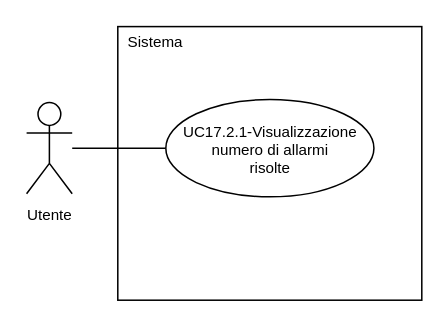
Before: 2-RTB/Documenti_esterni/Analisi_dei_requisiti/draw.io/UC17.2.1.drawio in SnakeByteTeam/snakebyteteam.github.io, a draw.io diagram. Source tidied: cells renumbered, new cells numbered last; positions are measured from the earlier drawing's top-left corner, leaving out a move shared by most shapes. Both pictures are drawn from the tidied source at 152%, with x=0, y=0 at pixel (26, 26).
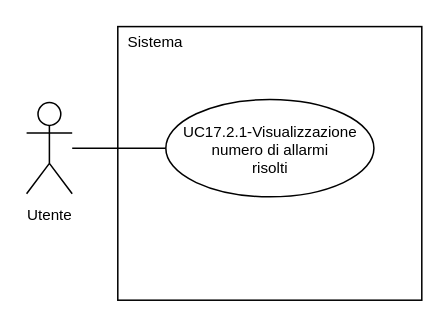
After the change.

Change to the diagram source:
```diff
@@
 <mxGraphModel>
   <root>
     <mxCell id="0" />
     <mxCell id="1" parent="0" />
     <mxCell id="2" value="&lt;font style=&quot;font-size: 10px; line-height: 100%;&quot;&gt;Utente&lt;/font&gt;" style="shape=umlActor;verticalLabelPosition=bottom;verticalAlign=top;html=1;outlineConnect=0;" parent="1" vertex="1">
       <mxGeometry y="50" width="30" height="60" as="geometry" />
     </mxCell>
     <mxCell id="3" style="rounded=0;whiteSpace=wrap;html=1;" parent="1" vertex="1">
       <mxGeometry x="60" width="200" height="180" as="geometry" />
     </mxCell>
     <mxCell id="4" style="edgeStyle=orthogonalEdgeStyle;rounded=0;jettySize=auto;html=1;exitX=0;exitY=0.5;exitDx=0;exitDy=0;endArrow=none;endFill=0;" parent="1" edge="1" source="5" target="2">
       <mxGeometry relative="1" as="geometry" />
     </mxCell>
-    <mxCell id="5" value="&lt;div style=&quot;line-height: 100%;&quot;&gt;&lt;font style=&quot;line-height: 100%; font-size: 10px;&quot;&gt;UC17.2.1-Visualizzazione&lt;/font&gt;&lt;/div&gt;&lt;div style=&quot;line-height: 100%;&quot;&gt;&lt;font style=&quot;line-height: 100%; font-size: 10px;&quot;&gt;numero di allarmi&lt;/font&gt;&lt;/div&gt;&lt;div style=&quot;line-height: 100%;&quot;&gt;&lt;font style=&quot;line-height: 100%; font-size: 10px;&quot;&gt;risolte&lt;/font&gt;&lt;/div&gt;" style="ellipse;whiteSpace=wrap;html=1;" parent="1" vertex="1">
+    <mxCell id="5" value="&lt;div style=&quot;line-height: 100%;&quot;&gt;&lt;font style=&quot;line-height: 100%; font-size: 10px;&quot;&gt;UC17.2.1-Visualizzazione&lt;/font&gt;&lt;/div&gt;&lt;div style=&quot;line-height: 100%;&quot;&gt;&lt;font style=&quot;line-height: 100%; font-size: 10px;&quot;&gt;numero di allarmi&lt;/font&gt;&lt;/div&gt;&lt;div style=&quot;line-height: 100%;&quot;&gt;&lt;font style=&quot;line-height: 100%; font-size: 10px;&quot;&gt;risolti&lt;/font&gt;&lt;/div&gt;" style="ellipse;whiteSpace=wrap;html=1;" parent="1" vertex="1">
       <mxGeometry x="91.6" y="48" width="136.9" height="64" as="geometry" />
     </mxCell>
     <mxCell id="6" value="&lt;font style=&quot;font-size: 10px;&quot;&gt;Sistema&lt;/font&gt;" style="text;html=1;whiteSpace=wrap;strokeColor=none;fillColor=none;align=center;verticalAlign=middle;rounded=0;" parent="1" vertex="1">
       <mxGeometry x="60" width="50" height="20" as="geometry" />
     </mxCell>
   </root>
 </mxGraphModel>
```
